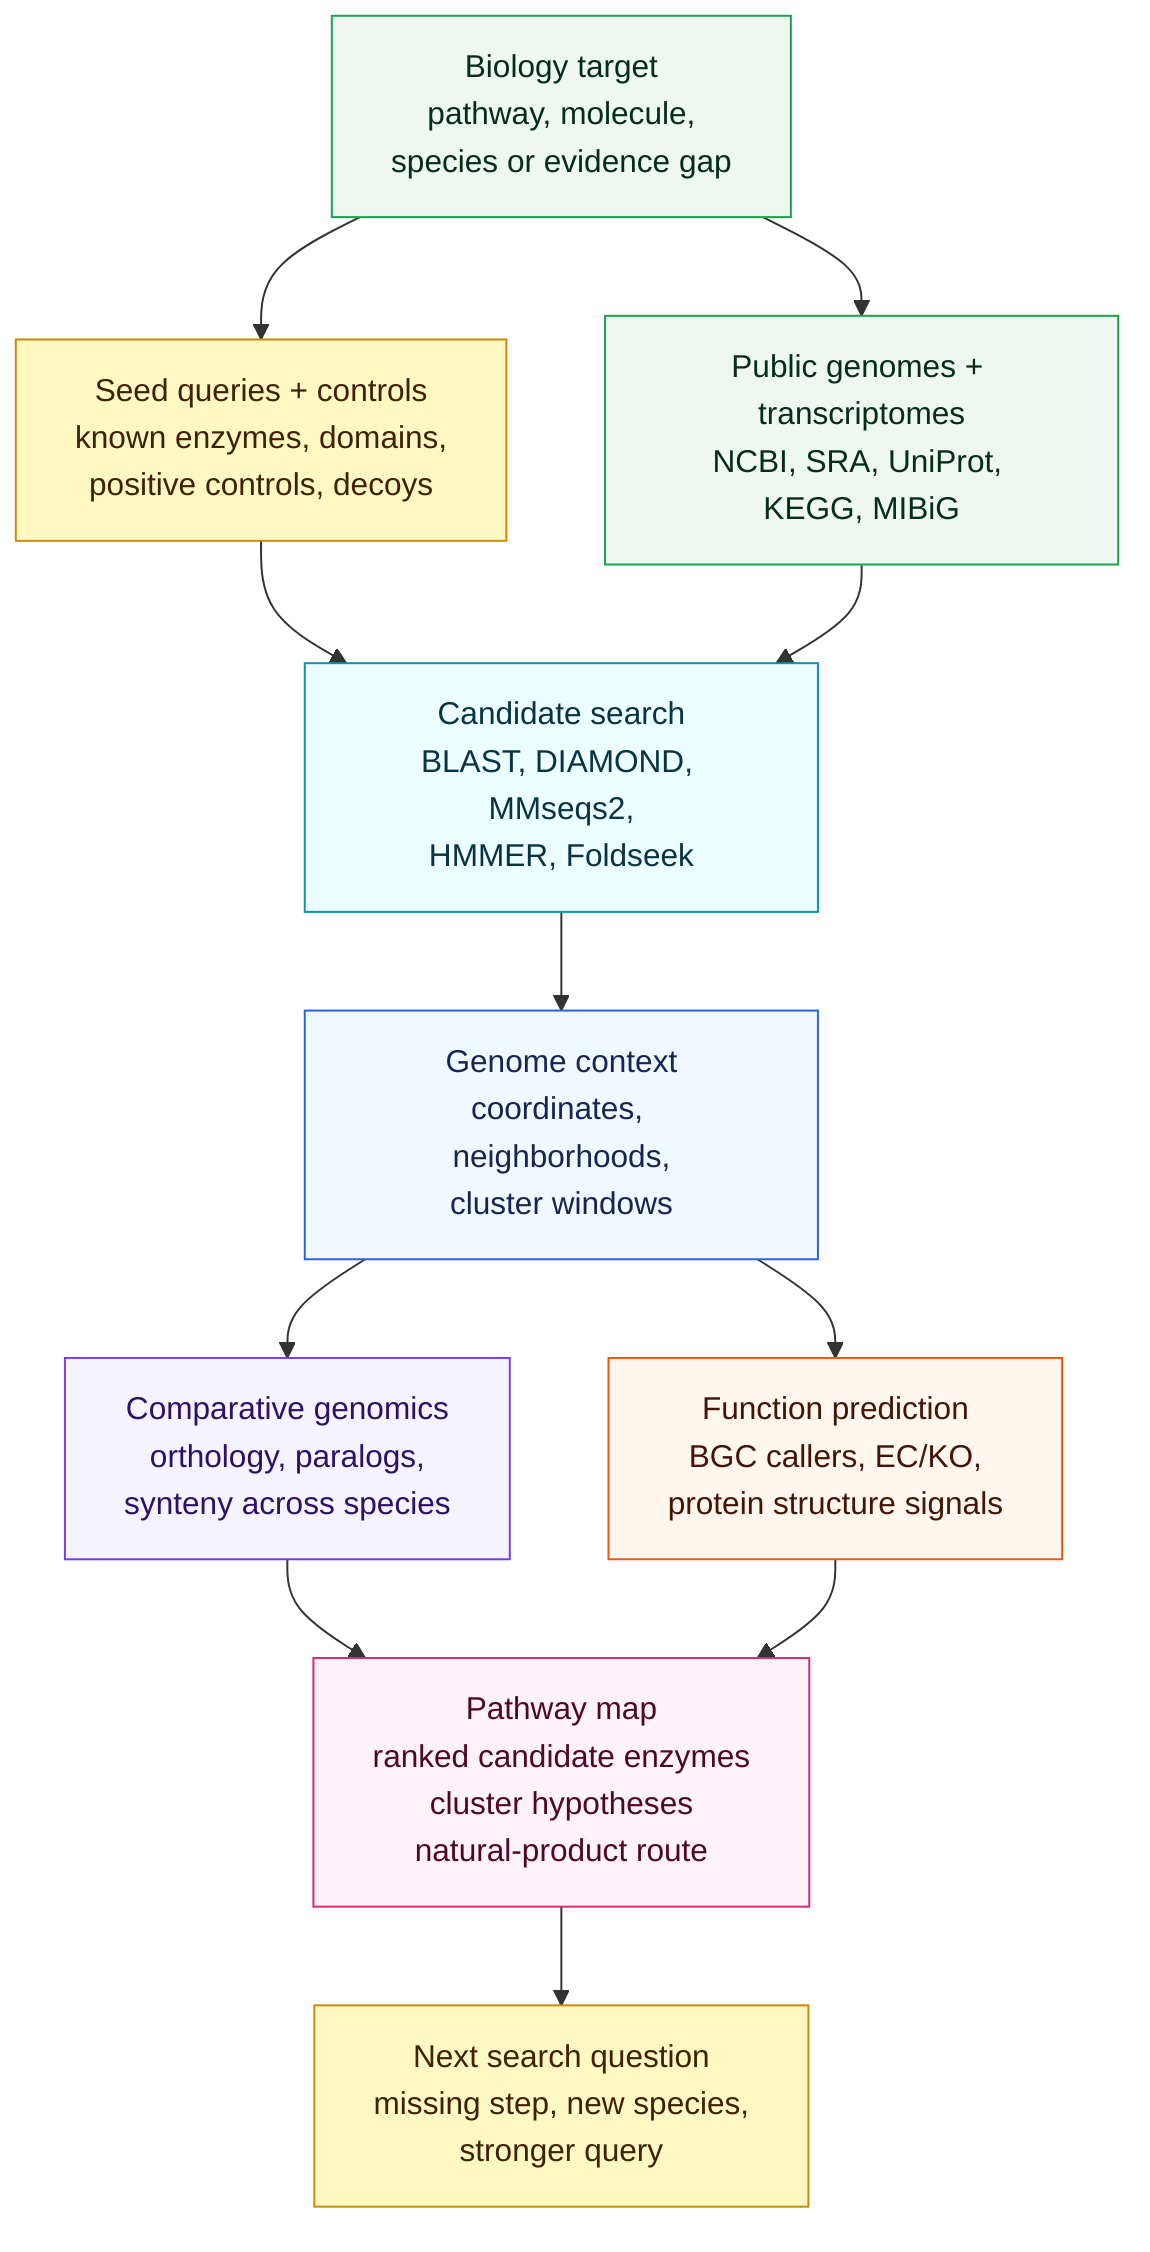
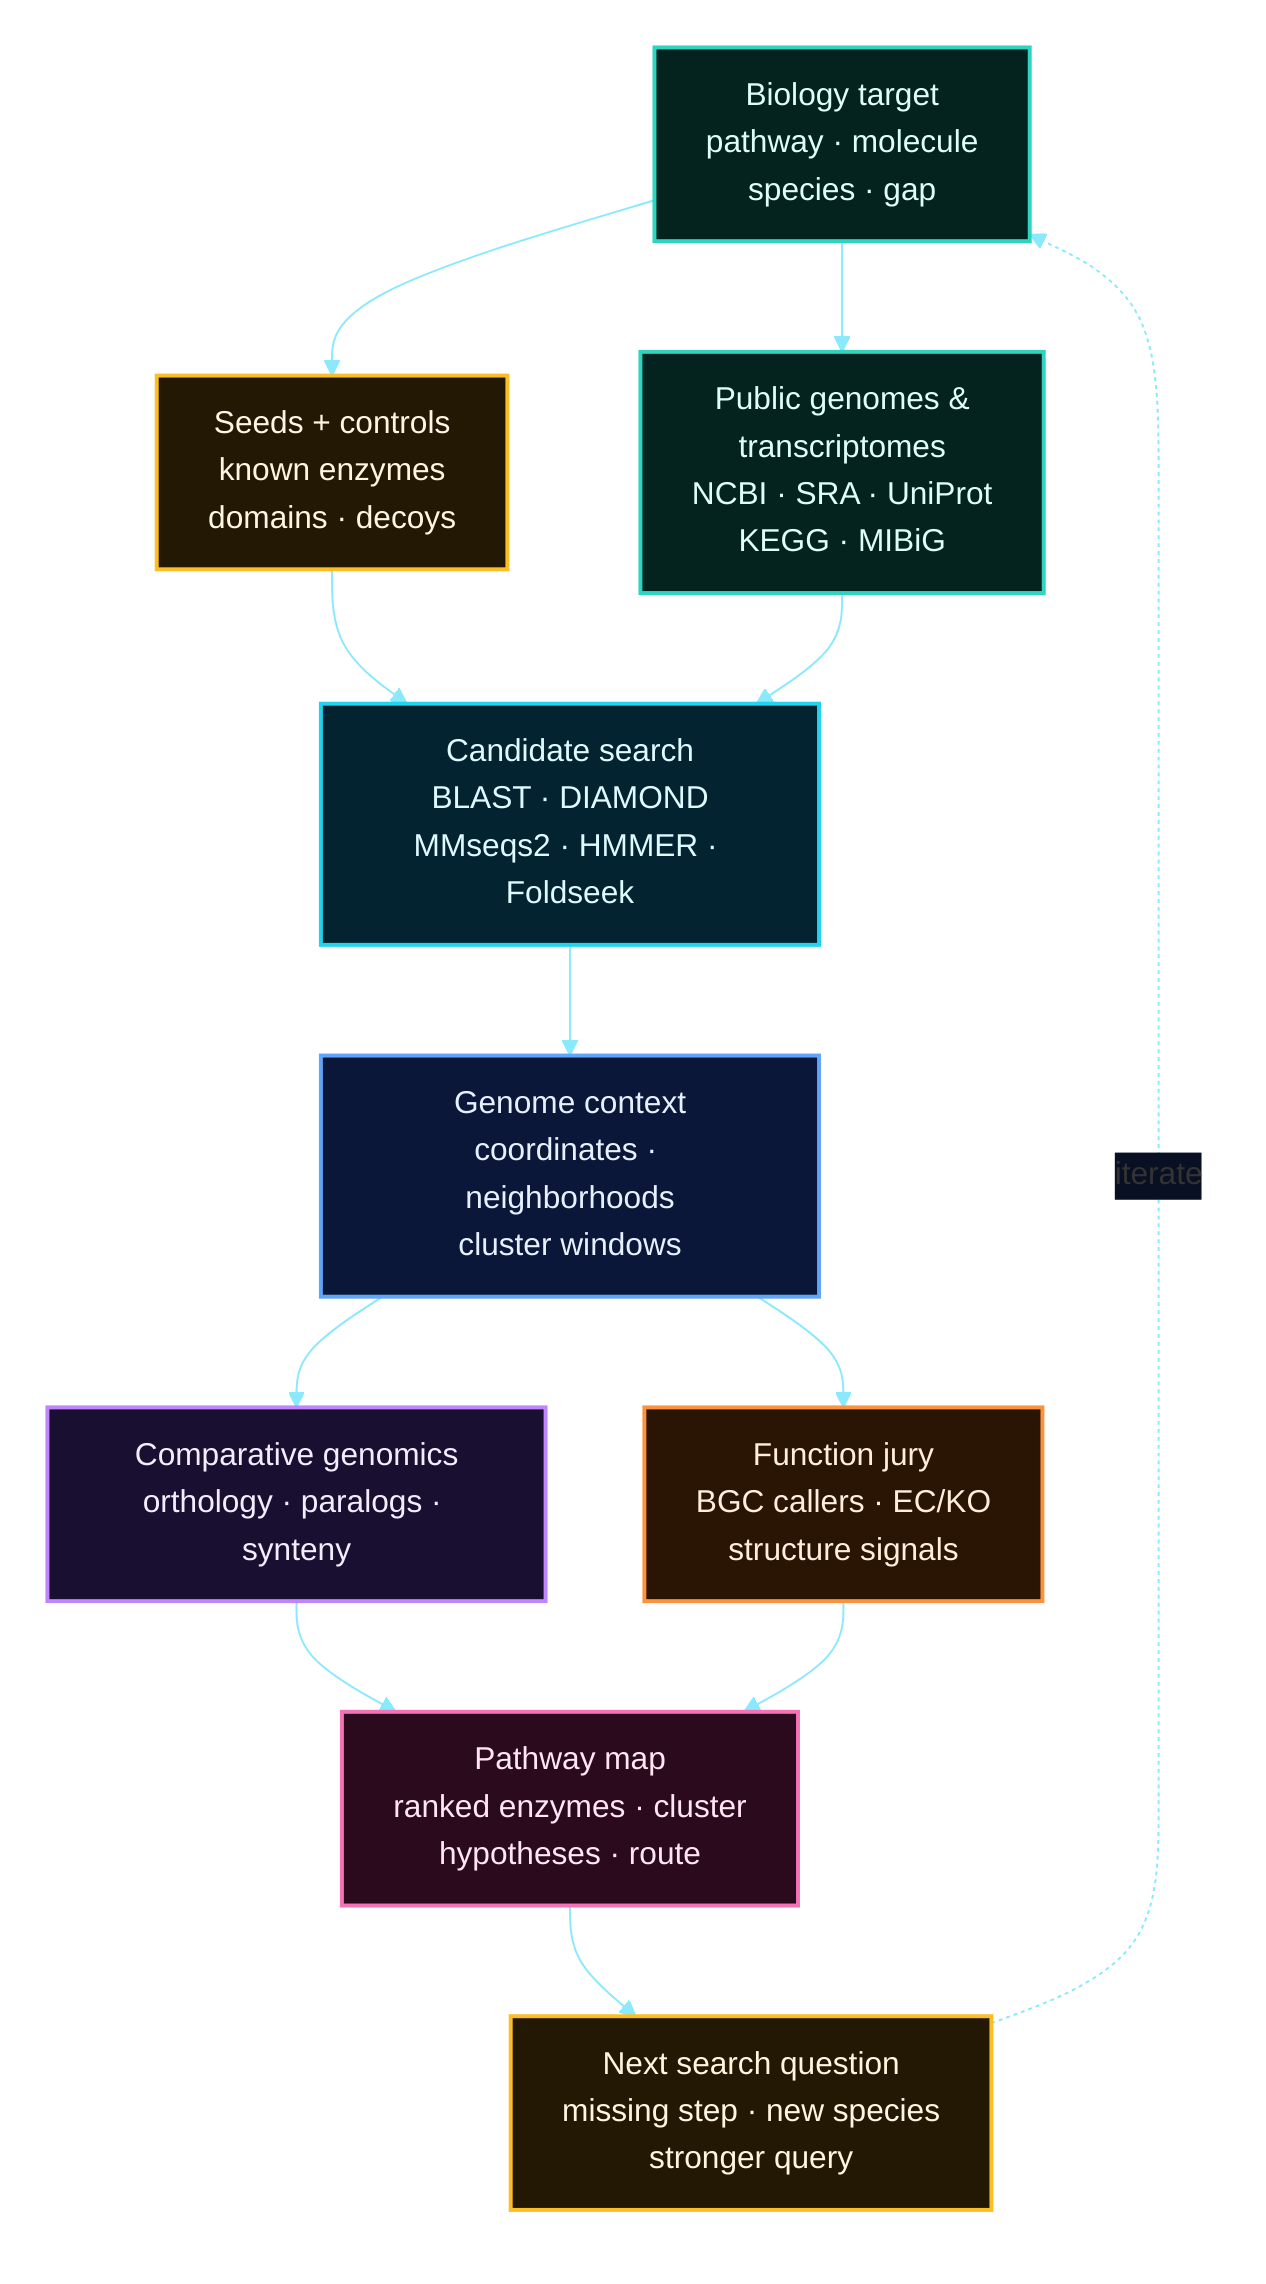
+ %%{init: {"theme":"base","themeVariables":{"lineColor":"#8be9fd","fontSize":"16px","edgeLabelBackground":"#0a1024"},"flowchart":{"htmlLabels":true,"useMaxWidth":true,"diagramPadding":24,"padding":13,"nodeSpacing":50,"rankSpacing":56}}}%%
flowchart TB
-   Target["Biology target<br/>pathway, molecule,<br/>species or evidence gap"]
-   Sources["Public genomes + transcriptomes<br/>NCBI, SRA, UniProt, KEGG, MIBiG"]
-   Seeds["Seed queries + controls<br/>known enzymes, domains,<br/>positive controls, decoys"]
-   Search["Candidate search<br/>BLAST, DIAMOND, MMseqs2,<br/>HMMER, Foldseek"]
-   Context["Genome context<br/>coordinates, neighborhoods,<br/>cluster windows"]
- 
-   Compare["Comparative genomics<br/>orthology, paralogs,<br/>synteny across species"]
-   Function["Function prediction<br/>BGC callers, EC/KO,<br/>protein structure signals"]
- 
-   Pathway["Pathway map<br/>ranked candidate enzymes<br/>cluster hypotheses<br/>natural-product route"]
-   Next["Next search question<br/>missing step, new species,<br/>stronger query"]
- 
+   Target["Biology target<br/>pathway · molecule<br/>species · gap"]:::source
+   Seeds["Seeds + controls<br/>known enzymes<br/>domains · decoys"]:::query
+   Sources["Public genomes &<br/>transcriptomes<br/>NCBI · SRA · UniProt<br/>KEGG · MIBiG"]:::source
+   Search["Candidate search<br/>BLAST · DIAMOND<br/>MMseqs2 · HMMER · Foldseek"]:::search
+   Context["Genome context<br/>coordinates · neighborhoods<br/>cluster windows"]:::context
+   Compare["Comparative genomics<br/>orthology · paralogs · synteny"]:::compare
+   Function["Function jury<br/>BGC callers · EC/KO<br/>structure signals"]:::function
+   Pathway["Pathway map<br/>ranked enzymes · cluster<br/>hypotheses · route"]:::output
+   Next["Next search question<br/>missing step · new species<br/>stronger query"]:::query
+   Target --> Seeds
  Target --> Sources
-   Target --> Seeds
  Seeds --> Search
  Sources --> Search
  Search --> Context
  Context --> Compare
  Context --> Function
  Compare --> Pathway
  Function --> Pathway
  Pathway --> Next
- 
-   classDef source fill:#eef7f2,stroke:#16a34a,color:#052e16;
-   classDef query fill:#fef9c3,stroke:#ca8a04,color:#422006;
-   classDef search fill:#ecfeff,stroke:#0891b2,color:#083344;
-   classDef context fill:#f0f9ff,stroke:#2563eb,color:#172554;
-   classDef compare fill:#f5f3ff,stroke:#7c3aed,color:#2e1065;
-   classDef function fill:#fff7ed,stroke:#ea580c,color:#431407;
-   classDef output fill:#fdf2f8,stroke:#db2777,color:#500724;
- 
-   class Target,Sources source;
-   class Seeds,Next query;
-   class Search search;
-   class Context context;
-   class Compare compare;
-   class Function function;
-   class Pathway output;
+   Next -.->|iterate| Target
+   classDef source fill:#04231f,stroke:#2dd4bf,color:#defff8,stroke-width:2px;
+   classDef query fill:#231803,stroke:#fbbf24,color:#fff5e0,stroke-width:2px;
+   classDef search fill:#042330,stroke:#22d3ee,color:#dffaff,stroke-width:2px;
+   classDef context fill:#0a1738,stroke:#60a5fa,color:#e7f0ff,stroke-width:2px;
+   classDef compare fill:#190f30,stroke:#c084fc,color:#f4ecff,stroke-width:2px;
+   classDef function fill:#2a1404,stroke:#fb923c,color:#ffeede,stroke-width:2px;
+   classDef output fill:#2b0a1e,stroke:#f472b6,color:#ffe6f3,stroke-width:2px;
